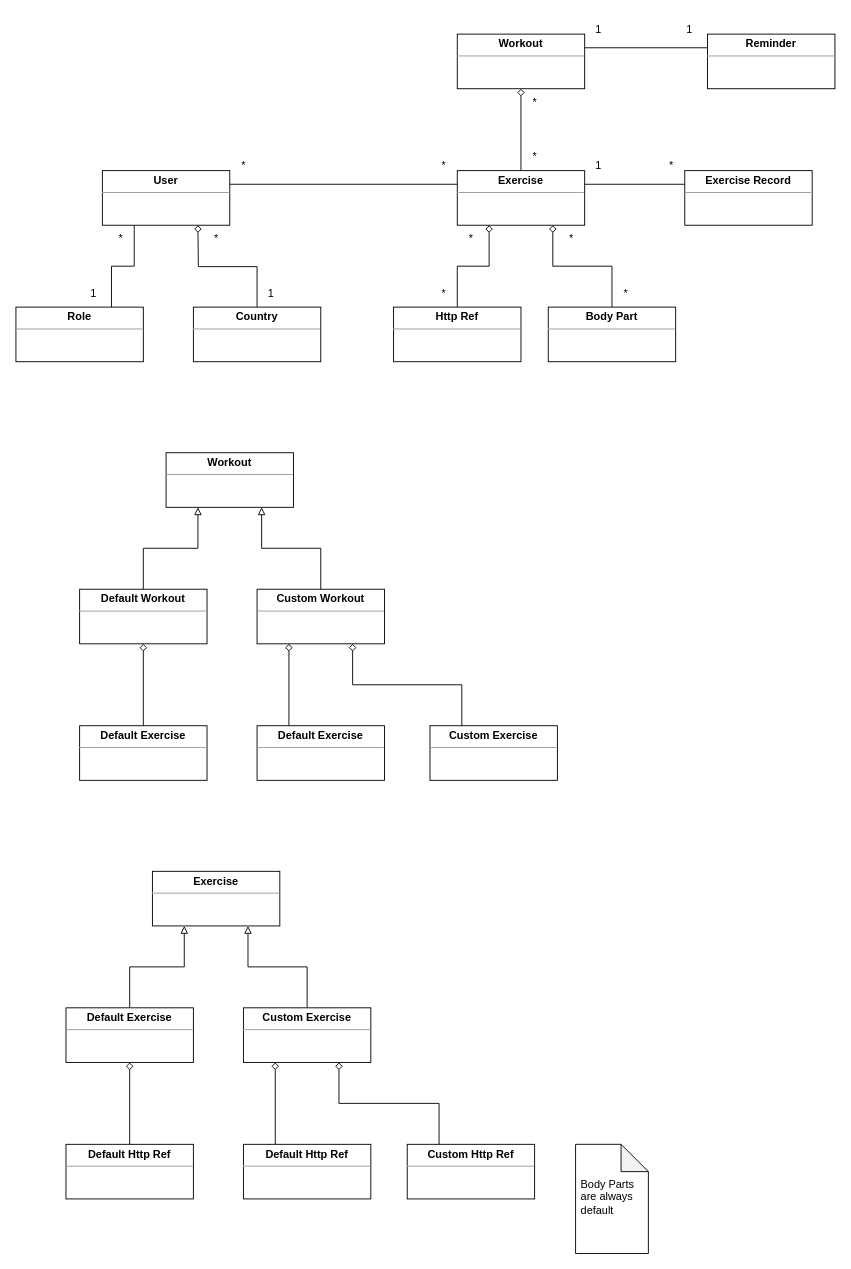
The draw.io diagram Diagrams/draw-io/domain-model-diagram.drawio in Healthy-Lifestyle-Assistant/docs, before the edit. Source tidied: cells renumbered, new cells numbered last; positions are measured from the earlier drawing's top-left corner, leaving out a move shared by most shapes. Both pictures are drawn from the tidied source at 91%, with x=0, y=0 at pixel (15, 15).
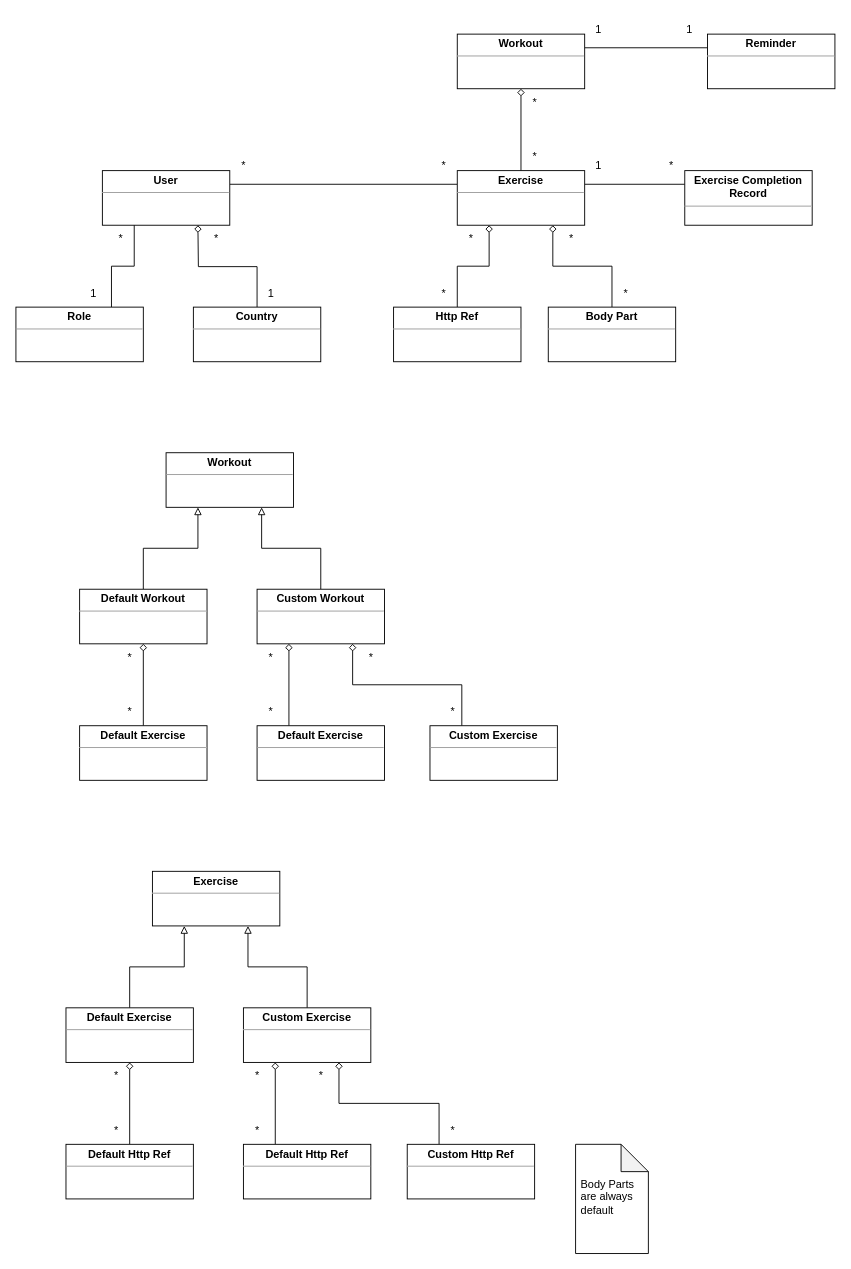
The same page after the edit.

The edit, as a diff of the source:
```diff
@@
-    <mxCell id="13" value="&lt;p style=&quot;margin:0px;margin-top:4px;text-align:center;&quot;&gt;&lt;b&gt;Exercise Record&lt;/b&gt;&lt;/p&gt;&lt;hr size=&quot;1&quot;&gt;&lt;div style=&quot;height:2px;&quot;&gt;&lt;/div&gt;" style="verticalAlign=top;align=left;overflow=fill;fontSize=12;fontFamily=Helvetica;html=1;whiteSpace=wrap;" parent="1" vertex="1">
+    <mxCell id="13" value="&lt;p style=&quot;margin:0px;margin-top:4px;text-align:center;&quot;&gt;&lt;b&gt;Exercise&amp;nbsp;&lt;/b&gt;&lt;b style=&quot;background-color: initial;&quot;&gt;Completion Record&lt;/b&gt;&lt;/p&gt;&lt;hr size=&quot;1&quot;&gt;&lt;div style=&quot;height:2px;&quot;&gt;&lt;/div&gt;" style="verticalAlign=top;align=left;overflow=fill;fontSize=12;fontFamily=Helvetica;html=1;whiteSpace=wrap;" parent="1" vertex="1">
       <mxGeometry x="735" y="170" width="140" height="60" as="geometry" />
     </mxCell>
@@
+    <mxCell id="58" value="*" style="text;html=1;align=center;verticalAlign=middle;strokeColor=none;fillColor=none;" parent="1" vertex="1">
+      <mxGeometry x="110" y="750" width="30" height="30" as="geometry" />
+    </mxCell>
+    <mxCell id="59" value="*" style="text;html=1;align=center;verticalAlign=middle;strokeColor=none;fillColor=none;" parent="1" vertex="1">
+      <mxGeometry x="110" y="690" width="30" height="30" as="geometry" />
+    </mxCell>
+    <mxCell id="60" value="*" style="text;html=1;align=center;verticalAlign=middle;strokeColor=none;fillColor=none;" parent="1" vertex="1">
+      <mxGeometry x="265" y="750" width="30" height="30" as="geometry" />
+    </mxCell>
+    <mxCell id="61" value="*" style="text;html=1;align=center;verticalAlign=middle;strokeColor=none;fillColor=none;" parent="1" vertex="1">
+      <mxGeometry x="465" y="750" width="30" height="30" as="geometry" />
+    </mxCell>
+    <mxCell id="62" value="*" style="text;html=1;align=center;verticalAlign=middle;strokeColor=none;fillColor=none;" parent="1" vertex="1">
+      <mxGeometry x="265" y="690" width="30" height="30" as="geometry" />
+    </mxCell>
+    <mxCell id="63" value="*" style="text;html=1;align=center;verticalAlign=middle;strokeColor=none;fillColor=none;" parent="1" vertex="1">
+      <mxGeometry x="375" y="690" width="30" height="30" as="geometry" />
+    </mxCell>
+    <mxCell id="64" value="*" style="text;html=1;align=center;verticalAlign=middle;strokeColor=none;fillColor=none;" parent="1" vertex="1">
+      <mxGeometry x="95" y="1150" width="30" height="30" as="geometry" />
+    </mxCell>
+    <mxCell id="65" value="*" style="text;html=1;align=center;verticalAlign=middle;strokeColor=none;fillColor=none;" parent="1" vertex="1">
+      <mxGeometry x="95" y="1210" width="30" height="30" as="geometry" />
+    </mxCell>
+    <mxCell id="66" value="*" style="text;html=1;align=center;verticalAlign=middle;strokeColor=none;fillColor=none;" parent="1" vertex="1">
+      <mxGeometry x="250" y="1150" width="30" height="30" as="geometry" />
+    </mxCell>
+    <mxCell id="67" value="*" style="text;html=1;align=center;verticalAlign=middle;strokeColor=none;fillColor=none;" parent="1" vertex="1">
+      <mxGeometry x="250" y="1210" width="30" height="30" as="geometry" />
+    </mxCell>
+    <mxCell id="68" value="*" style="text;html=1;align=center;verticalAlign=middle;strokeColor=none;fillColor=none;" parent="1" vertex="1">
+      <mxGeometry x="320" y="1150" width="30" height="30" as="geometry" />
+    </mxCell>
+    <mxCell id="69" value="*" style="text;html=1;align=center;verticalAlign=middle;strokeColor=none;fillColor=none;" parent="1" vertex="1">
+      <mxGeometry x="465" y="1210" width="30" height="30" as="geometry" />
+    </mxCell>
```
